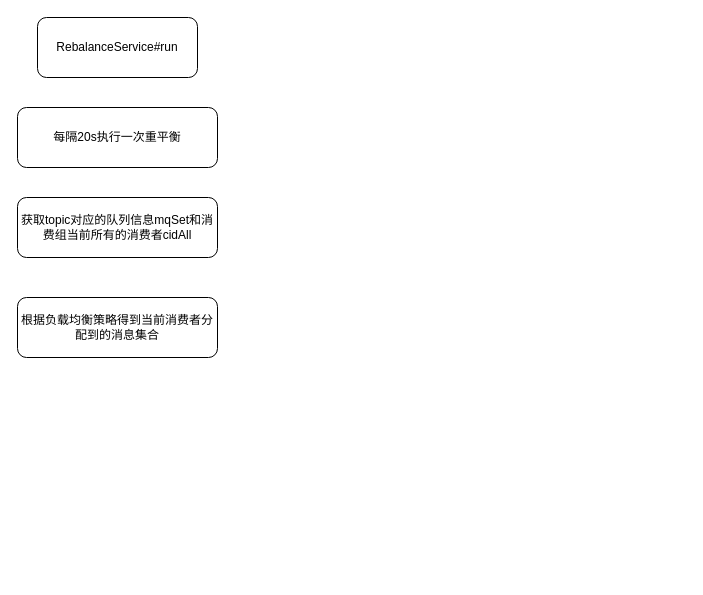
This is rocketmq/消息重平衡流程.drawio from erlieStar/diagrams, a draw.io file, before an edit. Source tidied: cells renumbered, new cells numbered last; positions are measured from the earlier drawing's top-left corner, leaving out a move shared by most shapes. Both pictures are drawn from the tidied source at 100%, with x=0, y=0 at pixel (17, 17).
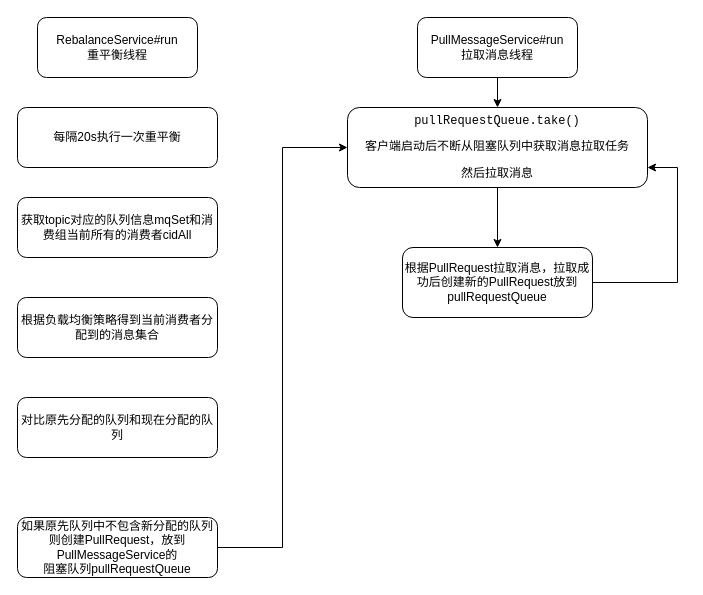
Above is the later version.

Commit message:
Update 消息重平衡流程.drawio

Diff of the diagram source:
```diff
@@
 <mxGraphModel>
   <root>
     <mxCell id="0" />
     <mxCell id="1" parent="0" />
-    <mxCell id="2" value="RebalanceService#run" style="rounded=1;whiteSpace=wrap;html=1;" parent="1" vertex="1">
+    <mxCell id="2" value="RebalanceService#run&lt;br&gt;重平衡线程" style="rounded=1;whiteSpace=wrap;html=1;" parent="1" vertex="1">
       <mxGeometry x="20" width="160" height="60" as="geometry" />
     </mxCell>
     <mxCell id="3" value="每隔20s执行一次重平衡" style="rounded=1;whiteSpace=wrap;html=1;" parent="1" vertex="1">
       <mxGeometry y="90" width="200" height="60" as="geometry" />
     </mxCell>
     <mxCell id="4" value="获取topic对应的队列信息mqSet和消费组当前所有的消费者cidAll" style="rounded=1;whiteSpace=wrap;html=1;" parent="1" vertex="1">
       <mxGeometry y="180" width="200" height="60" as="geometry" />
     </mxCell>
     <mxCell id="5" value="根据负载均衡策略得到当前消费者分配到的消息集合" style="rounded=1;whiteSpace=wrap;html=1;" parent="1" vertex="1">
       <mxGeometry y="280" width="200" height="60" as="geometry" />
     </mxCell>
+    <mxCell id="6" value="对比原先分配的队列和现在分配的队列" style="rounded=1;whiteSpace=wrap;html=1;" parent="1" vertex="1">
+      <mxGeometry y="380" width="200" height="60" as="geometry" />
+    </mxCell>
+    <mxCell id="7" style="edgeStyle=orthogonalEdgeStyle;rounded=0;jettySize=auto;html=1;entryX=0.5;entryY=0;entryDx=0;entryDy=0;" parent="1" edge="1" source="8" target="10">
+      <mxGeometry relative="1" as="geometry" />
+    </mxCell>
+    <mxCell id="8" value="PullMessageService#run&lt;br&gt;拉取消息线程" style="rounded=1;whiteSpace=wrap;html=1;" parent="1" vertex="1">
+      <mxGeometry x="400" width="160" height="60" as="geometry" />
+    </mxCell>
+    <mxCell id="9" style="edgeStyle=orthogonalEdgeStyle;rounded=0;jettySize=auto;html=1;" parent="1" edge="1" source="10" target="14">
+      <mxGeometry relative="1" as="geometry" />
+    </mxCell>
+    <mxCell id="10" value="&lt;pre&gt;pullRequestQueue.take()&lt;/pre&gt;&lt;pre&gt;&lt;pre&gt;客户端启动后不断从阻塞队列中获取消息拉取任务&lt;/pre&gt;&lt;pre&gt;然后拉取消息&lt;/pre&gt;&lt;/pre&gt;" style="rounded=1;whiteSpace=wrap;html=1;" parent="1" vertex="1">
+      <mxGeometry x="330" y="90" width="300" height="80" as="geometry" />
+    </mxCell>
+    <mxCell id="11" style="edgeStyle=orthogonalEdgeStyle;rounded=0;jettySize=auto;html=1;exitX=1;exitY=0.5;exitDx=0;exitDy=0;entryX=0;entryY=0.5;entryDx=0;entryDy=0;" parent="1" edge="1" source="12" target="10">
+      <mxGeometry relative="1" as="geometry" />
+    </mxCell>
+    <mxCell id="12" value="如果原先队列中不包含新分配的队列&lt;br&gt;则创建PullRequest，放到PullMessageService的&lt;br&gt;阻塞队列&lt;span&gt;pullRequestQueue&lt;/span&gt;" style="rounded=1;whiteSpace=wrap;html=1;" parent="1" vertex="1">
+      <mxGeometry y="500" width="200" height="60" as="geometry" />
+    </mxCell>
+    <mxCell id="13" style="edgeStyle=orthogonalEdgeStyle;rounded=0;jettySize=auto;html=1;exitX=1;exitY=0.5;exitDx=0;exitDy=0;entryX=1;entryY=0.75;entryDx=0;entryDy=0;" parent="1" edge="1" source="14" target="10">
+      <mxGeometry relative="1" as="geometry">
+        <Array as="points">
+          <mxPoint x="660" y="265" />
+          <mxPoint x="660" y="150" />
+        </Array>
+      </mxGeometry>
+    </mxCell>
+    <mxCell id="14" value="根据PullRequest拉取消息，拉取成功后创建新的PullRequest放到&lt;span&gt;pullRequestQueue&lt;/span&gt;" style="rounded=1;whiteSpace=wrap;html=1;" parent="1" vertex="1">
+      <mxGeometry x="385" y="230" width="190" height="70" as="geometry" />
+    </mxCell>
   </root>
 </mxGraphModel>
```
